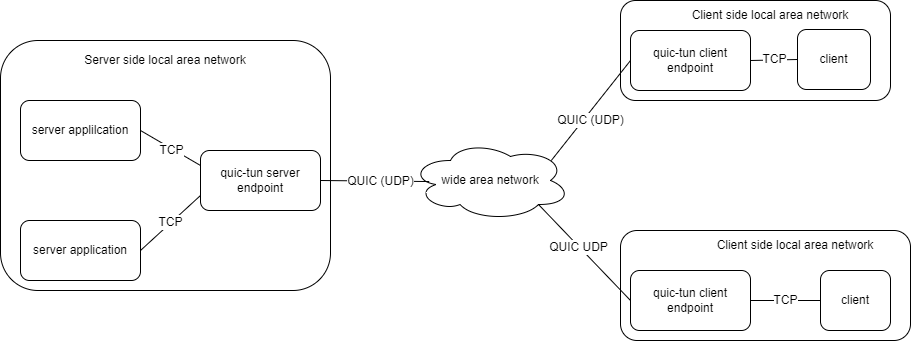
kungze/quic-tun keeps this draw.io diagram as quic-tun.png. Above is the earlier version. Source tidied: cells renumbered, new cells last; positions are measured from the earlier drawing's top-left corner, leaving out a move shared by most shapes.
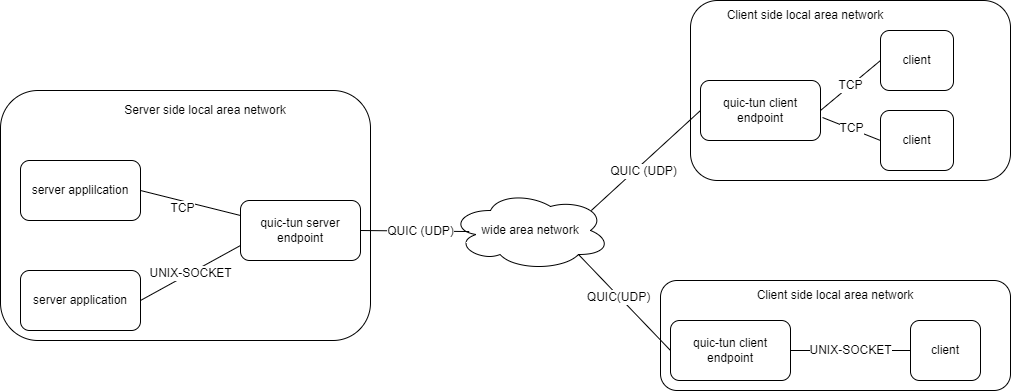
Above is the later version.

What changed in the source:
```diff
@@ -3,15 +3,15 @@
     <mxCell id="0" />
     <mxCell id="1" parent="0" />
     <mxCell id="2" value="server applilcation" style="rounded=1;whiteSpace=wrap;html=1;" parent="1" vertex="1">
-      <mxGeometry x="20" y="100" width="120" height="60" as="geometry" />
+      <mxGeometry x="-20" y="110" width="120" height="60" as="geometry" />
     </mxCell>
     <mxCell id="3" value="server application" style="rounded=1;whiteSpace=wrap;html=1;" parent="1" vertex="1">
-      <mxGeometry x="20" y="220" width="120" height="60" as="geometry" />
+      <mxGeometry x="-20" y="220" width="120" height="60" as="geometry" />
     </mxCell>
     <mxCell id="4" value="quic-tun server endpoint" style="rounded=1;whiteSpace=wrap;html=1;" parent="1" vertex="1">
       <mxGeometry x="200" y="150" width="120" height="60" as="geometry" />
     </mxCell>
-    <mxCell id="5" value="TCP" style="endArrow=none;html=1;strokeColor=default;exitX=1;exitY=0.5;exitDx=0;exitDy=0;entryX=0;entryY=0.75;entryDx=0;entryDy=0;" parent="1" edge="1" source="3" target="4">
+    <mxCell id="5" value="UNIX-SOCKET" style="endArrow=none;html=1;strokeColor=default;exitX=1;exitY=0.5;exitDx=0;exitDy=0;entryX=0;entryY=0.75;entryDx=0;entryDy=0;" parent="1" edge="1" source="3" target="4">
       <mxGeometry relative="1" as="geometry" />
     </mxCell>
     <mxCell id="6" style="endArrow=none;html=1;strokeColor=default;entryX=1;entryY=0.5;entryDx=0;entryDy=0;exitX=0;exitY=0.25;exitDx=0;exitDy=0;" parent="1" edge="1" source="4" target="2">
@@ -23,10 +23,10 @@
       </mxGeometry>
     </mxCell>
     <mxCell id="8" value="quic-tun client endpoint" style="rounded=1;whiteSpace=wrap;html=1;" parent="1" vertex="1">
-      <mxGeometry x="630" y="30" width="120" height="60" as="geometry" />
+      <mxGeometry x="660" y="30" width="120" height="60" as="geometry" />
     </mxCell>
     <mxCell id="9" value="client" style="rounded=1;whiteSpace=wrap;html=1;" parent="1" vertex="1">
-      <mxGeometry x="797" y="29" width="73" height="60" as="geometry" />
+      <mxGeometry x="840" y="-20" width="73" height="60" as="geometry" />
     </mxCell>
     <mxCell id="10" value="QUIC (UDP)" style="endArrow=none;html=1;strokeColor=default;exitX=0.88;exitY=0.25;exitDx=0;exitDy=0;entryX=0;entryY=0.5;entryDx=0;entryDy=0;exitPerimeter=0;" parent="1" edge="1" source="17" target="8">
       <mxGeometry x="-0.13" y="-6" relative="1" as="geometry" />
@@ -38,15 +38,15 @@
       <mxGeometry x="630" y="270" width="120" height="60" as="geometry" />
     </mxCell>
     <mxCell id="13" value="client" style="rounded=1;whiteSpace=wrap;html=1;" parent="1" vertex="1">
-      <mxGeometry x="820" y="270" width="70" height="60" as="geometry" />
+      <mxGeometry x="870" y="270" width="70" height="60" as="geometry" />
     </mxCell>
-    <mxCell id="14" value="TCP" style="endArrow=none;html=1;strokeColor=default;entryX=0;entryY=0.5;entryDx=0;entryDy=0;exitX=1;exitY=0.5;exitDx=0;exitDy=0;" parent="1" edge="1" source="12" target="13">
+    <mxCell id="14" value="UNIX-SOCKET" style="endArrow=none;html=1;strokeColor=default;entryX=0;entryY=0.5;entryDx=0;entryDy=0;exitX=1;exitY=0.5;exitDx=0;exitDy=0;" parent="1" edge="1" source="12" target="13">
       <mxGeometry relative="1" as="geometry" />
     </mxCell>
     <mxCell id="15" style="endArrow=none;html=1;strokeColor=default;exitX=0.8;exitY=0.8;exitDx=0;exitDy=0;entryX=0;entryY=0.5;entryDx=0;entryDy=0;exitPerimeter=0;" parent="1" edge="1" source="17" target="12">
       <mxGeometry relative="1" as="geometry" />
     </mxCell>
-    <mxCell id="16" value="QUIC UDP" style="edgeLabel;html=1;align=center;verticalAlign=middle;" parent="15" vertex="1">
+    <mxCell id="16" value="QUIC(UDP)" style="edgeLabel;html=1;align=center;verticalAlign=middle;" parent="15" vertex="1">
       <mxGeometry x="-0.13" y="-1" relative="1" as="geometry" />
     </mxCell>
     <mxCell id="17" value="wide area network" style="ellipse;shape=cloud;whiteSpace=wrap;html=1;" parent="1" vertex="1">
@@ -61,22 +61,28 @@
       </mxGeometry>
     </mxCell>
     <mxCell id="20" style="rounded=1;whiteSpace=wrap;html=1;fillColor=none;" parent="1" vertex="1">
-      <mxGeometry y="40" width="330" height="250" as="geometry" />
+      <mxGeometry x="-40" y="40" width="370" height="250" as="geometry" />
     </mxCell>
     <mxCell id="21" value="Server side local area network" style="text;html=1;strokeColor=none;fillColor=none;align=center;verticalAlign=middle;whiteSpace=wrap;rounded=0;" parent="1" vertex="1">
       <mxGeometry x="60" y="45" width="210" height="30" as="geometry" />
     </mxCell>
     <mxCell id="22" style="rounded=1;whiteSpace=wrap;html=1;fillColor=none;" parent="1" vertex="1">
-      <mxGeometry x="620" width="270" height="100" as="geometry" />
+      <mxGeometry x="650" y="-50" width="320" height="180" as="geometry" />
     </mxCell>
     <mxCell id="23" style="rounded=1;whiteSpace=wrap;html=1;fillColor=none;" parent="1" vertex="1">
-      <mxGeometry x="620" y="230" width="290" height="110" as="geometry" />
+      <mxGeometry x="620" y="230" width="350" height="110" as="geometry" />
     </mxCell>
     <mxCell id="24" value="Client side local area network" style="text;html=1;strokeColor=none;fillColor=none;align=center;verticalAlign=middle;whiteSpace=wrap;rounded=0;" parent="1" vertex="1">
-      <mxGeometry x="685" width="170" height="30" as="geometry" />
+      <mxGeometry x="680" y="-50" width="170" height="30" as="geometry" />
     </mxCell>
     <mxCell id="25" value="Client side local area network" style="text;html=1;strokeColor=none;fillColor=none;align=center;verticalAlign=middle;whiteSpace=wrap;rounded=0;" parent="1" vertex="1">
       <mxGeometry x="710" y="230" width="170" height="30" as="geometry" />
     </mxCell>
+    <mxCell id="26" value="client" style="rounded=1;whiteSpace=wrap;html=1;" parent="1" vertex="1">
+      <mxGeometry x="840" y="60" width="73" height="60" as="geometry" />
+    </mxCell>
+    <mxCell id="27" value="TCP" style="endArrow=none;html=1;rounded=0;entryX=0;entryY=0.5;entryDx=0;entryDy=0;exitX=1.017;exitY=0.617;exitDx=0;exitDy=0;exitPerimeter=0;" parent="1" edge="1" source="8" target="26">
+      <mxGeometry relative="1" as="geometry" />
+    </mxCell>
   </root>
 </mxGraphModel>
```
